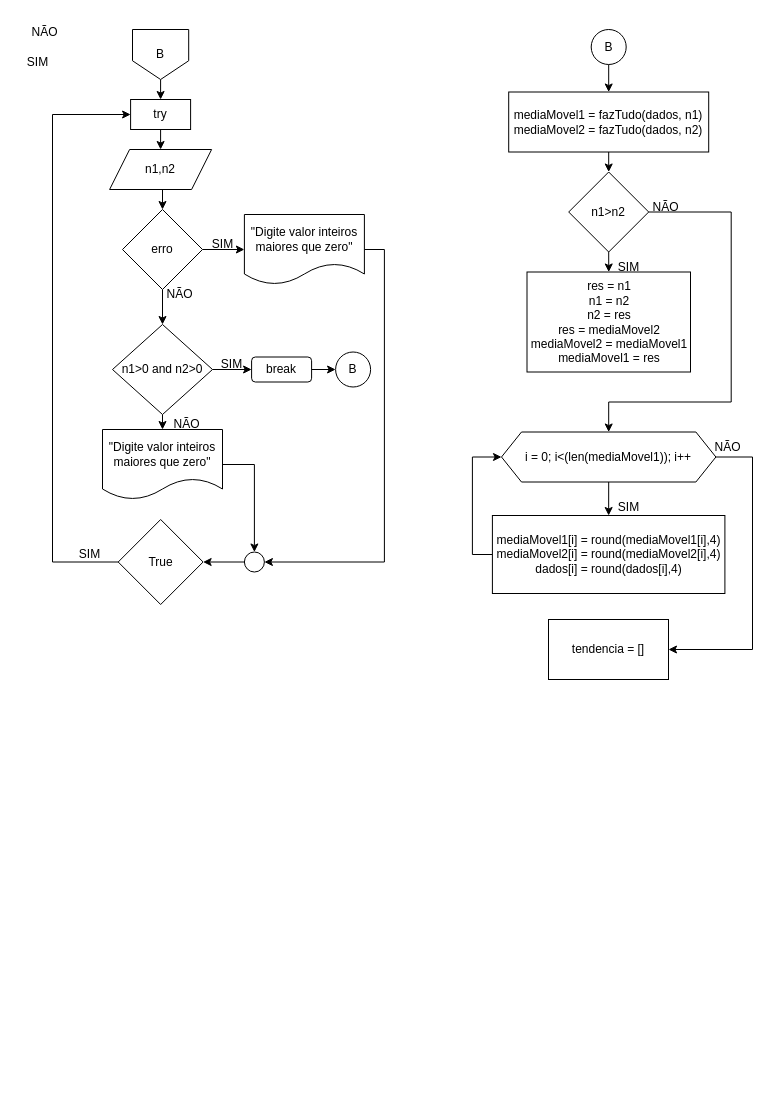
Above: Part2.drawio in KauanBaiense/moving-average (draw.io), before the change. Source tidied: cells renumbered, new cells numbered last; positions are measured from the earlier drawing's top-left corner, leaving out a move shared by most shapes. Both pictures are drawn from the tidied source at 100%, with x=0, y=0 at pixel (17, 17).
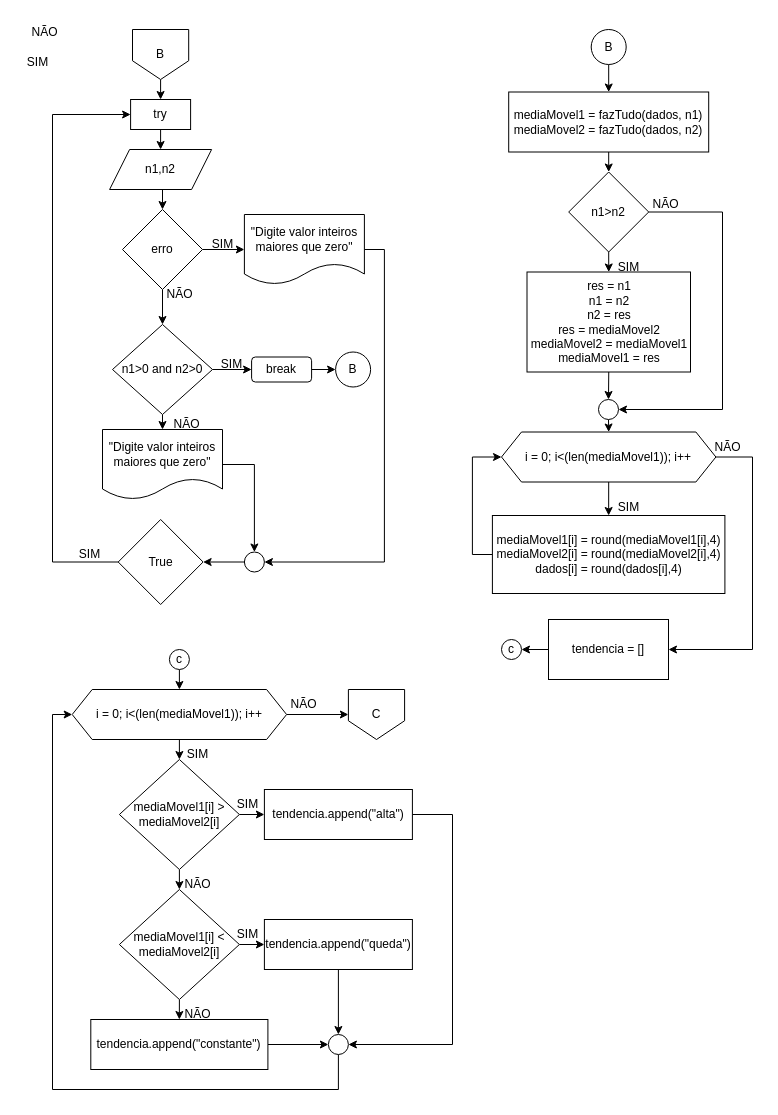
Above is the later version.

Unchanged cells that the change refers to:
```xml
<mxCell id="38" value="n1&amp;gt;n2" style="rhombus;whiteSpace=wrap;html=1;" parent="1" vertex="1">
  <mxGeometry x="551.2" y="154.5" width="80" height="80" as="geometry" />
</mxCell>
<mxCell id="39" value="res = n1&lt;br&gt;n1 = n2&lt;br&gt;n2 = res&lt;br&gt;res = mediaMovel2&lt;br&gt;mediaMovel2 = mediaMovel1&lt;br&gt;mediaMovel1 = res" style="rounded=0;whiteSpace=wrap;html=1;" parent="1" vertex="1">
  <mxGeometry x="509.5" y="254.5" width="163.5" height="100" as="geometry" />
</mxCell>
<mxCell id="43" value="i = 0; i&amp;lt;(len(mediaMovel1)); i++" style="shape=hexagon;perimeter=hexagonPerimeter2;whiteSpace=wrap;html=1;fixedSize=1;" parent="1" vertex="1">
  <mxGeometry x="484" y="414.5" width="214.4" height="50" as="geometry" />
</mxCell>
<mxCell id="48" value="tendencia = []" style="rounded=0;whiteSpace=wrap;html=1;" parent="1" vertex="1">
  <mxGeometry x="531" y="602" width="120" height="60" as="geometry" />
</mxCell>
```

Change to the diagram source:
```diff
@@
-    <mxCell id="37" style="edgeStyle=orthogonalEdgeStyle;rounded=0;jettySize=auto;html=1;exitX=1;exitY=0.5;exitDx=0;exitDy=0;entryX=0.5;entryY=0;entryDx=0;entryDy=0;" parent="1" edge="1" source="38" target="43">
-      <mxGeometry relative="1" as="geometry">
-        <Array as="points">
-          <mxPoint x="713.7" y="194.5" />
-          <mxPoint x="713.7" y="384.5" />
-          <mxPoint x="591.7" y="384.5" />
-        </Array>
-      </mxGeometry>
-    </mxCell>
+    <mxCell id="50" style="edgeStyle=orthogonalEdgeStyle;rounded=0;jettySize=auto;html=1;exitX=1;exitY=0.5;exitDx=0;exitDy=0;entryX=1;entryY=0.5;entryDx=0;entryDy=0;" parent="1" edge="1" source="38" target="81">
+      <mxGeometry relative="1" as="geometry">
+        <Array as="points">
+          <mxPoint x="705" y="195" />
+          <mxPoint x="705" y="392" />
+        </Array>
+      </mxGeometry>
+    </mxCell>
@@
+    <mxCell id="51" style="edgeStyle=orthogonalEdgeStyle;rounded=0;jettySize=auto;html=1;exitX=0.5;exitY=1;exitDx=0;exitDy=0;entryX=0.5;entryY=0;entryDx=0;entryDy=0;" parent="1" edge="1" source="39" target="81">
+      <mxGeometry relative="1" as="geometry" />
+    </mxCell>
@@
     <mxCell id="44" value="NÃO" style="text;html=1;align=center;verticalAlign=middle;strokeColor=none;fillColor=none;" parent="1" vertex="1">
-      <mxGeometry x="623" y="174.5" width="50" height="30" as="geometry" />
+      <mxGeometry x="623" y="172" width="50" height="30" as="geometry" />
     </mxCell>
@@
+    <mxCell id="52" style="edgeStyle=orthogonalEdgeStyle;rounded=0;jettySize=auto;html=1;exitX=0;exitY=0.5;exitDx=0;exitDy=0;entryX=1;entryY=0.5;entryDx=0;entryDy=0;" parent="1" edge="1" source="48" target="56">
+      <mxGeometry relative="1" as="geometry" />
+    </mxCell>
@@
+    <mxCell id="53" style="edgeStyle=orthogonalEdgeStyle;rounded=0;jettySize=auto;html=1;exitX=0.5;exitY=1;exitDx=0;exitDy=0;entryX=0.5;entryY=0;entryDx=0;entryDy=0;" parent="1" edge="1" source="55" target="61">
+      <mxGeometry relative="1" as="geometry" />
+    </mxCell>
+    <mxCell id="54" style="edgeStyle=orthogonalEdgeStyle;rounded=0;jettySize=auto;html=1;entryX=0;entryY=0.5;entryDx=0;entryDy=0;" parent="1" edge="1" source="55" target="79">
+      <mxGeometry relative="1" as="geometry" />
+    </mxCell>
+    <mxCell id="55" value="i = 0; i&amp;lt;(len(mediaMovel1)); i++" style="shape=hexagon;perimeter=hexagonPerimeter2;whiteSpace=wrap;html=1;fixedSize=1;" parent="1" vertex="1">
+      <mxGeometry x="54.7" y="672" width="214.4" height="50" as="geometry" />
+    </mxCell>
+    <mxCell id="56" value="c" style="ellipse;whiteSpace=wrap;html=1;" parent="1" vertex="1">
+      <mxGeometry x="484" y="622" width="20" height="20" as="geometry" />
+    </mxCell>
+    <mxCell id="57" style="edgeStyle=orthogonalEdgeStyle;rounded=0;jettySize=auto;html=1;exitX=0.5;exitY=1;exitDx=0;exitDy=0;entryX=0.5;entryY=0;entryDx=0;entryDy=0;" parent="1" edge="1" source="58" target="55">
+      <mxGeometry relative="1" as="geometry" />
+    </mxCell>
+    <mxCell id="58" value="c" style="ellipse;whiteSpace=wrap;html=1;" parent="1" vertex="1">
+      <mxGeometry x="151.9" y="632" width="20" height="20" as="geometry" />
+    </mxCell>
+    <mxCell id="59" style="edgeStyle=orthogonalEdgeStyle;rounded=0;jettySize=auto;html=1;exitX=1;exitY=0.5;exitDx=0;exitDy=0;entryX=0;entryY=0.5;entryDx=0;entryDy=0;" parent="1" edge="1" source="61" target="63">
+      <mxGeometry relative="1" as="geometry" />
+    </mxCell>
+    <mxCell id="60" style="edgeStyle=orthogonalEdgeStyle;rounded=0;jettySize=auto;html=1;exitX=0.5;exitY=1;exitDx=0;exitDy=0;entryX=0.5;entryY=0;entryDx=0;entryDy=0;" parent="1" edge="1" source="61" target="66">
+      <mxGeometry relative="1" as="geometry" />
+    </mxCell>
+    <mxCell id="61" value="mediaMovel1[i] &amp;gt; mediaMovel2[i]" style="rhombus;whiteSpace=wrap;html=1;" parent="1" vertex="1">
+      <mxGeometry x="101.9" y="742" width="120" height="110" as="geometry" />
+    </mxCell>
+    <mxCell id="62" style="edgeStyle=orthogonalEdgeStyle;rounded=0;jettySize=auto;html=1;exitX=1;exitY=0.5;exitDx=0;exitDy=0;entryX=1;entryY=0.5;entryDx=0;entryDy=0;" parent="1" edge="1" source="63" target="76">
+      <mxGeometry relative="1" as="geometry">
+        <Array as="points">
+          <mxPoint x="435" y="797" />
+          <mxPoint x="435" y="1027" />
+        </Array>
+      </mxGeometry>
+    </mxCell>
+    <mxCell id="63" value="tendencia.append(&quot;alta&quot;)" style="rounded=0;whiteSpace=wrap;html=1;" parent="1" vertex="1">
+      <mxGeometry x="246.9" y="772" width="148" height="50" as="geometry" />
+    </mxCell>
+    <mxCell id="64" style="edgeStyle=orthogonalEdgeStyle;rounded=0;jettySize=auto;html=1;exitX=1;exitY=0.5;exitDx=0;exitDy=0;entryX=0;entryY=0.5;entryDx=0;entryDy=0;" parent="1" edge="1" source="66" target="68">
+      <mxGeometry relative="1" as="geometry" />
+    </mxCell>
+    <mxCell id="65" style="edgeStyle=orthogonalEdgeStyle;rounded=0;jettySize=auto;html=1;exitX=0.5;exitY=1;exitDx=0;exitDy=0;entryX=0.5;entryY=0;entryDx=0;entryDy=0;" parent="1" edge="1" source="66" target="70">
+      <mxGeometry relative="1" as="geometry" />
+    </mxCell>
+    <mxCell id="66" value="mediaMovel1[i] &amp;lt; mediaMovel2[i]" style="rhombus;whiteSpace=wrap;html=1;" parent="1" vertex="1">
+      <mxGeometry x="101.9" y="872" width="120" height="110" as="geometry" />
+    </mxCell>
+    <mxCell id="67" style="edgeStyle=orthogonalEdgeStyle;rounded=0;jettySize=auto;html=1;exitX=0.5;exitY=1;exitDx=0;exitDy=0;entryX=0.5;entryY=0;entryDx=0;entryDy=0;" parent="1" edge="1" source="68" target="76">
+      <mxGeometry relative="1" as="geometry" />
+    </mxCell>
+    <mxCell id="68" value="tendencia.append(&quot;queda&quot;)" style="rounded=0;whiteSpace=wrap;html=1;" parent="1" vertex="1">
+      <mxGeometry x="246.9" y="902" width="148" height="50" as="geometry" />
+    </mxCell>
+    <mxCell id="69" style="edgeStyle=orthogonalEdgeStyle;rounded=0;jettySize=auto;html=1;exitX=1;exitY=0.5;exitDx=0;exitDy=0;entryX=0;entryY=0.5;entryDx=0;entryDy=0;" parent="1" edge="1" source="70" target="76">
+      <mxGeometry relative="1" as="geometry" />
+    </mxCell>
+    <mxCell id="70" value="tendencia.append(&quot;constante&quot;)" style="rounded=0;whiteSpace=wrap;html=1;" parent="1" vertex="1">
+      <mxGeometry x="73.3" y="1002" width="177.1" height="50" as="geometry" />
+    </mxCell>
+    <mxCell id="71" value="NÃO" style="text;html=1;align=center;verticalAlign=middle;strokeColor=none;fillColor=none;" parent="1" vertex="1">
+      <mxGeometry x="155" y="852" width="50" height="30" as="geometry" />
+    </mxCell>
+    <mxCell id="72" value="SIM" style="text;html=1;align=center;verticalAlign=middle;strokeColor=none;fillColor=none;" parent="1" vertex="1">
+      <mxGeometry x="210.4" y="772" width="40" height="30" as="geometry" />
+    </mxCell>
+    <mxCell id="73" value="SIM" style="text;html=1;align=center;verticalAlign=middle;strokeColor=none;fillColor=none;" parent="1" vertex="1">
+      <mxGeometry x="210.4" y="902" width="40" height="30" as="geometry" />
+    </mxCell>
+    <mxCell id="74" value="NÃO" style="text;html=1;align=center;verticalAlign=middle;strokeColor=none;fillColor=none;" parent="1" vertex="1">
+      <mxGeometry x="155" y="982" width="50" height="30" as="geometry" />
+    </mxCell>
+    <mxCell id="75" style="edgeStyle=orthogonalEdgeStyle;rounded=0;jettySize=auto;html=1;exitX=0.5;exitY=1;exitDx=0;exitDy=0;entryX=0;entryY=0.5;entryDx=0;entryDy=0;" parent="1" edge="1" source="76" target="55">
+      <mxGeometry relative="1" as="geometry">
+        <Array as="points">
+          <mxPoint x="321" y="1072" />
+          <mxPoint x="35" y="1072" />
+          <mxPoint x="35" y="697" />
+        </Array>
+      </mxGeometry>
+    </mxCell>
+    <mxCell id="76" style="ellipse;whiteSpace=wrap;html=1;" parent="1" vertex="1">
+      <mxGeometry x="310.9" y="1017" width="20" height="20" as="geometry" />
+    </mxCell>
+    <mxCell id="77" value="SIM" style="text;html=1;align=center;verticalAlign=middle;strokeColor=none;fillColor=none;" parent="1" vertex="1">
+      <mxGeometry x="160" y="722" width="40" height="30" as="geometry" />
+    </mxCell>
+    <mxCell id="78" value="NÃO" style="text;html=1;align=center;verticalAlign=middle;strokeColor=none;fillColor=none;" parent="1" vertex="1">
+      <mxGeometry x="260.9" y="672" width="50" height="30" as="geometry" />
+    </mxCell>
+    <mxCell id="79" value="C" style="shape=offPageConnector;whiteSpace=wrap;html=1;" parent="1" vertex="1">
+      <mxGeometry x="330.9" y="672" width="56.2" height="50" as="geometry" />
+    </mxCell>
+    <mxCell id="80" style="edgeStyle=orthogonalEdgeStyle;rounded=0;jettySize=auto;html=1;exitX=0.5;exitY=1;exitDx=0;exitDy=0;entryX=0.5;entryY=0;entryDx=0;entryDy=0;" parent="1" edge="1" source="81" target="43">
+      <mxGeometry relative="1" as="geometry" />
+    </mxCell>
+    <mxCell id="81" style="ellipse;whiteSpace=wrap;html=1;" parent="1" vertex="1">
+      <mxGeometry x="581" y="382" width="20" height="20" as="geometry" />
+    </mxCell>
```
